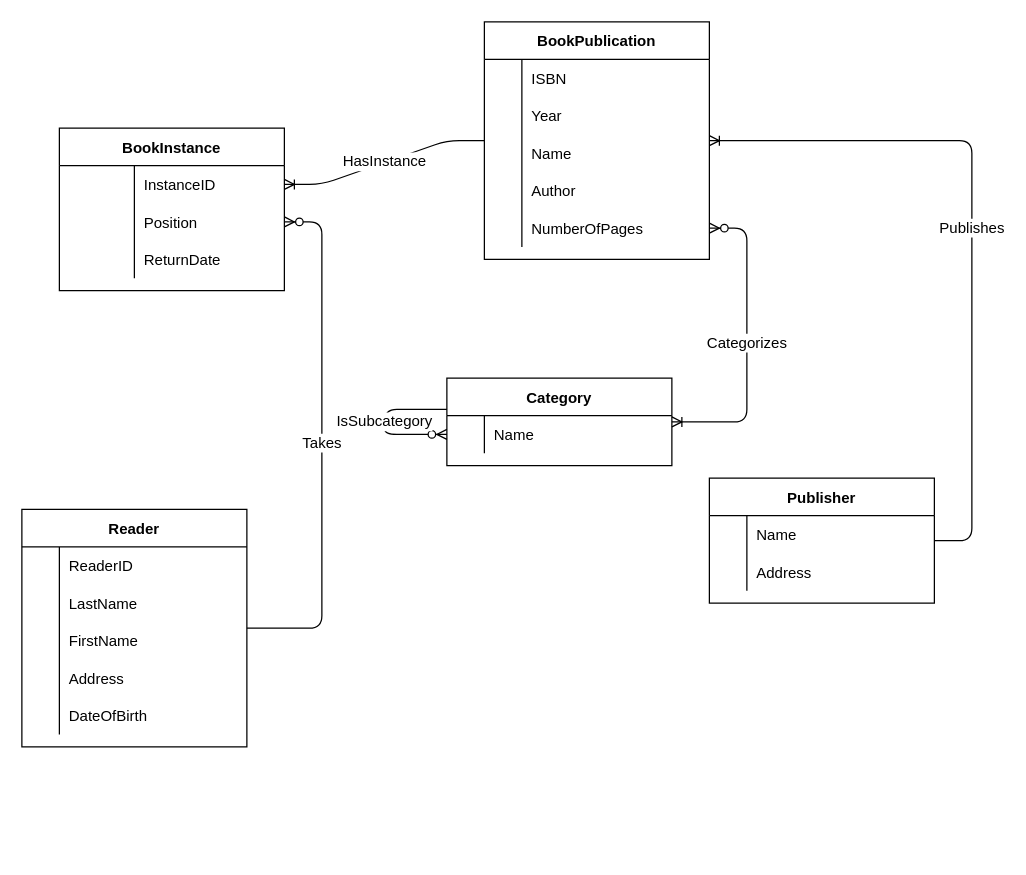
This is Practice 2/Zakirullin/practice2_1.drawio from kseniashilova/BD_B2019_PING_6, a draw.io file, before an edit. Source tidied: cells renumbered, new cells numbered last; positions are measured from the earlier drawing's top-left corner, leaving out a move shared by most shapes. Both pictures are drawn from the tidied source at 125%, with x=0, y=0 at pixel (21, 21).
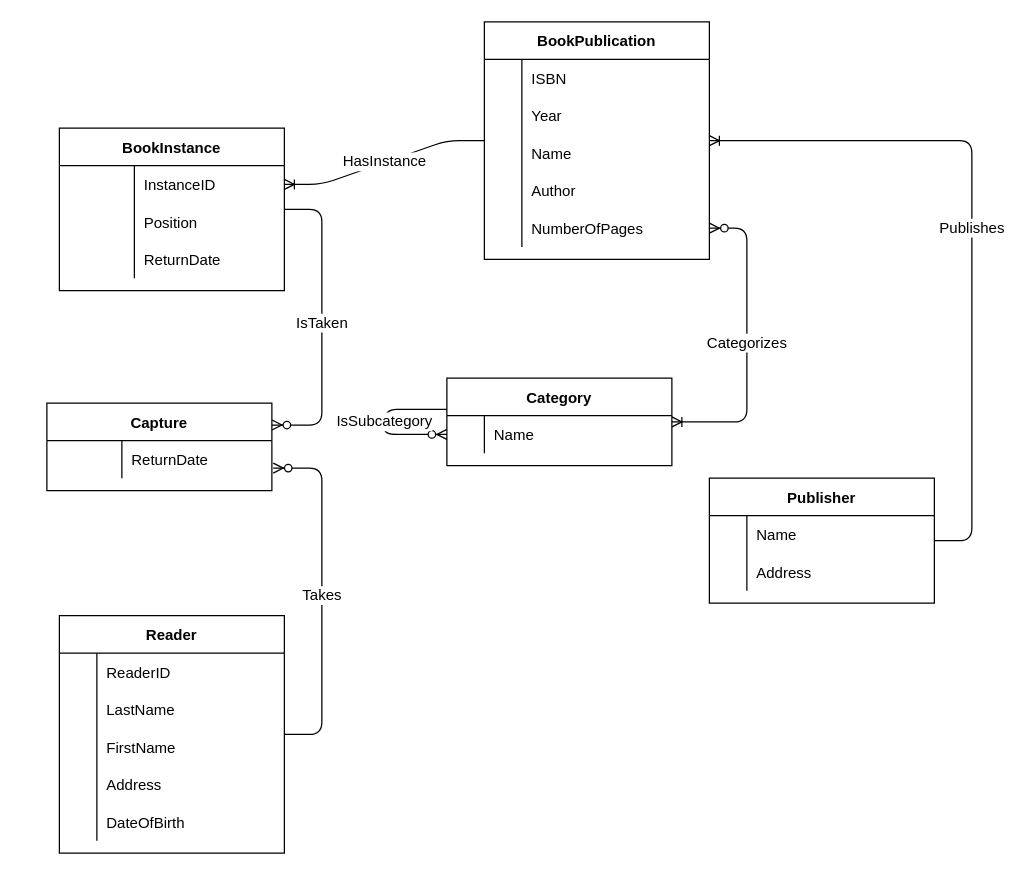
The same page after the edit.

Commit message (it also covers changes not shown here):
Practice 2: task 1: allowing multiple persons to take the same book

(Not at the same time, apparently)

The change refers to these unchanged cells:
```xml
<mxCell id="18" value="BookInstance" style="shape=table;startSize=30;childLayout=tableLayout;rowLines=0;fontStyle=1;align=center;strokeWidth=1;" parent="1" vertex="1">
  <mxGeometry x="30" y="85" width="180" height="130" as="geometry" />
</mxCell>
<mxCell id="22" style="shape=partialRectangle;fillColor=none;top=0;left=0;bottom=0;right=0;points=[[0,0.5],[1,0.5]];portConstraint=eastwest;strokeWidth=1;" parent="18" vertex="1">
  <mxGeometry y="60" width="180" height="30" as="geometry" />
</mxCell>
```

The edit, as a diff of the source:
```diff
@@
     <mxCell id="43" value="Reader" style="shape=table;startSize=30;childLayout=tableLayout;rowLines=0;fontStyle=1;align=center;strokeWidth=1;" parent="1" vertex="1">
-      <mxGeometry y="390" width="180" height="190" as="geometry" />
+      <mxGeometry x="30" y="475" width="180" height="190" as="geometry" />
     </mxCell>
@@
+    <mxCell id="60" value="Capture" style="shape=table;startSize=30;childLayout=tableLayout;rowLines=0;fontStyle=1;align=center;strokeWidth=1;" parent="1" vertex="1">
+      <mxGeometry x="20" y="305" width="180" height="70" as="geometry" />
+    </mxCell>
+    <mxCell id="61" style="shape=partialRectangle;fillColor=none;top=0;left=0;bottom=0;right=0;points=[[0,0.5],[1,0.5]];portConstraint=eastwest;strokeWidth=1;" parent="60" vertex="1">
+      <mxGeometry y="30" width="180" height="30" as="geometry" />
+    </mxCell>
+    <mxCell id="62" style="shape=partialRectangle;fillColor=none;top=0;left=0;bottom=0;right=0;overflow=hidden;" parent="61" vertex="1">
+      <mxGeometry width="60" height="30" as="geometry" />
+    </mxCell>
+    <mxCell id="63" value="ReturnDate" style="shape=partialRectangle;fillColor=none;top=0;left=0;bottom=0;right=0;align=left;spacingLeft=6;overflow=hidden;" parent="61" vertex="1">
+      <mxGeometry x="60" width="120" height="30" as="geometry" />
+    </mxCell>
-    <mxCell id="59" value="Takes" style="edgeStyle=entityRelationEdgeStyle;fontSize=12;html=1;endArrow=ERzeroToMany;endFill=1;" parent="1" edge="1" source="43" target="22">
+    <mxCell id="59" value="Takes" style="edgeStyle=entityRelationEdgeStyle;fontSize=12;html=1;endArrow=ERzeroToMany;endFill=1;entryX=1.006;entryY=0.733;entryDx=0;entryDy=0;entryPerimeter=0;" parent="1" edge="1" source="43" target="61">
       <mxGeometry relative="1" as="geometry" />
     </mxCell>
+    <mxCell id="64" value="IsTaken" style="edgeStyle=entityRelationEdgeStyle;fontSize=12;html=1;endArrow=ERzeroToMany;endFill=1;entryX=1;entryY=0.25;entryDx=0;entryDy=0;" parent="1" edge="1" source="18" target="60">
+      <mxGeometry relative="1" as="geometry" />
+    </mxCell>
```
